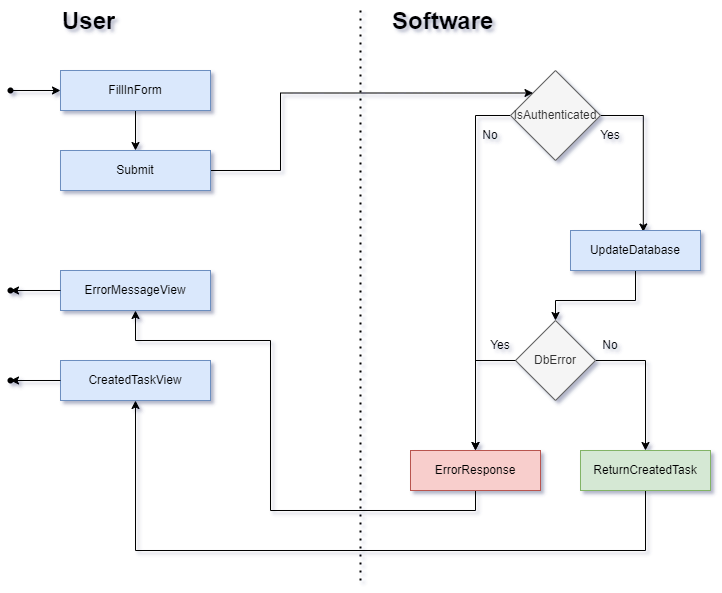
This is design/activity/task.create.activity.diagram.png from SamyBP/ProjectManagementApplication, a draw.io export, as it was before one commit. Source tidied: cells renumbered, new cells last; positions are measured from the earlier drawing's top-left corner, leaving out a move shared by most shapes.
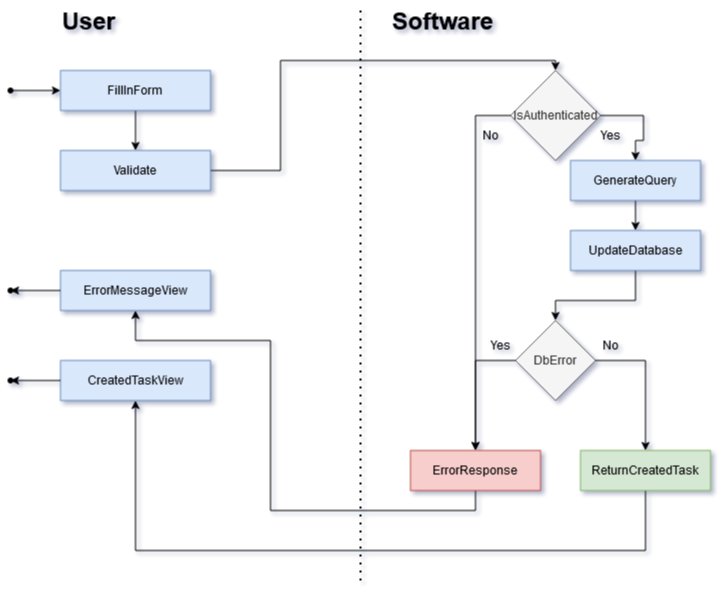
Later version of the same file.

The edit, as a diff of the source:
```diff
@@ -15,25 +15,27 @@
         </Array>
       </mxGeometry>
     </mxCell>
-    <mxCell id="5" style="edgeStyle=orthogonalEdgeStyle;rounded=0;jettySize=auto;html=1;entryX=0.56;entryY=0.038;entryDx=0;entryDy=0;entryPerimeter=0;" parent="1" edge="1" source="6" target="13">
+    <mxCell id="5" style="edgeStyle=orthogonalEdgeStyle;rounded=0;jettySize=auto;html=1;entryX=0.5;entryY=0;entryDx=0;entryDy=0;" parent="1" edge="1" source="6" target="34">
       <mxGeometry relative="1" as="geometry">
         <Array as="points">
           <mxPoint x="643" y="115" />
+          <mxPoint x="643" y="140" />
         </Array>
       </mxGeometry>
     </mxCell>
     <mxCell id="6" value="IsAuthenticated" style="rhombus;whiteSpace=wrap;html=1;fillColor=#f5f5f5;fontColor=#333333;strokeColor=#666666;rounded=0;" parent="1" vertex="1">
       <mxGeometry x="510" y="70" width="90" height="90" as="geometry" />
     </mxCell>
-    <mxCell id="7" style="edgeStyle=orthogonalEdgeStyle;rounded=0;jettySize=auto;html=1;exitX=1;exitY=0.5;exitDx=0;exitDy=0;entryX=0;entryY=0;entryDx=0;entryDy=0;" parent="1" edge="1" source="8" target="6">
+    <mxCell id="7" style="edgeStyle=orthogonalEdgeStyle;rounded=0;jettySize=auto;html=1;exitX=1;exitY=0.5;exitDx=0;exitDy=0;entryX=0.5;entryY=0;entryDx=0;entryDy=0;" parent="1" edge="1" source="8" target="6">
       <mxGeometry relative="1" as="geometry">
         <Array as="points">
           <mxPoint x="280" y="170" />
-          <mxPoint x="280" y="93" />
+          <mxPoint x="280" y="60" />
+          <mxPoint x="555" y="60" />
         </Array>
       </mxGeometry>
     </mxCell>
-    <mxCell id="8" value="Submit" style="rounded=0;whiteSpace=wrap;html=1;fillColor=#dae8fc;strokeColor=#6c8ebf;" parent="1" vertex="1">
+    <mxCell id="8" value="Validate" style="rounded=0;whiteSpace=wrap;html=1;fillColor=#dae8fc;strokeColor=#6c8ebf;" parent="1" vertex="1">
       <mxGeometry x="60" y="150" width="150" height="40" as="geometry" />
     </mxCell>
     <mxCell id="9" style="edgeStyle=orthogonalEdgeStyle;rounded=0;jettySize=auto;html=1;exitX=0.5;exitY=1;exitDx=0;exitDy=0;entryX=0.5;entryY=1;entryDx=0;entryDy=0;" parent="1" edge="1" source="10" target="22">
@@ -136,5 +138,11 @@
     <mxCell id="32" style="edgeStyle=orthogonalEdgeStyle;jettySize=auto;html=1;exitX=0;exitY=0.5;exitDx=0;exitDy=0;entryX=0.836;entryY=0.497;entryDx=0;entryDy=0;entryPerimeter=0;" parent="1" edge="1" source="22" target="29">
       <mxGeometry relative="1" as="geometry" />
     </mxCell>
+    <mxCell id="33" style="edgeStyle=orthogonalEdgeStyle;rounded=0;jettySize=auto;html=1;exitX=0.5;exitY=1;exitDx=0;exitDy=0;entryX=0.5;entryY=0;entryDx=0;entryDy=0;" parent="1" edge="1" source="34" target="13">
+      <mxGeometry relative="1" as="geometry" />
+    </mxCell>
+    <mxCell id="34" value="GenerateQuery" style="rounded=0;whiteSpace=wrap;html=1;fillColor=#dae8fc;strokeColor=#6c8ebf;" parent="1" vertex="1">
+      <mxGeometry x="570" y="160" width="130" height="40" as="geometry" />
+    </mxCell>
   </root>
 </mxGraphModel>
```
